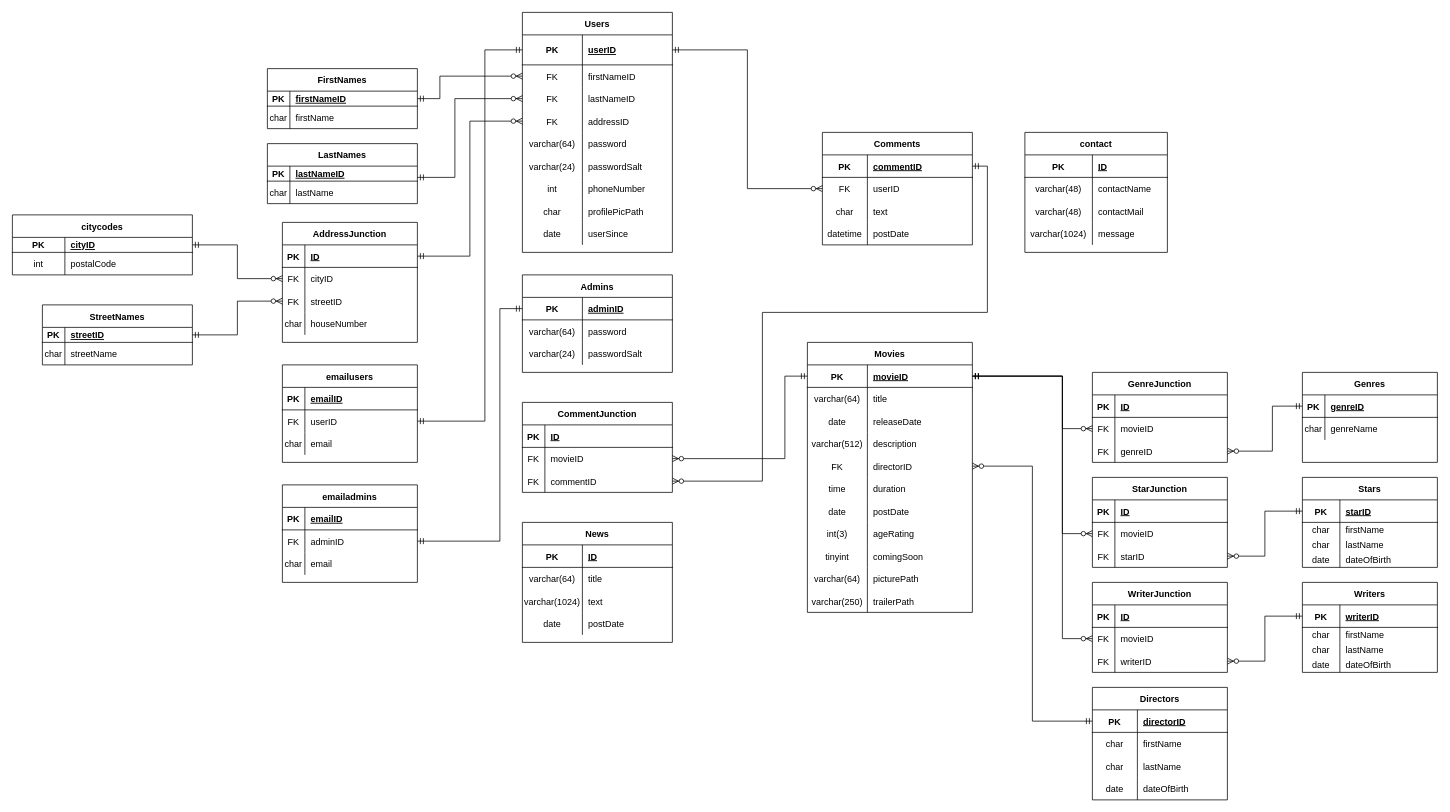
Earlier version of the draw.io diagram FlickClickER.drawio (nikolailarsen01/FlickClick). Source tidied: cells renumbered, new cells numbered last; positions are measured from the earlier drawing's top-left corner, leaving out a move shared by most shapes. Both pictures are drawn from the tidied source at 75%, with x=0, y=0 at pixel (12, 12).
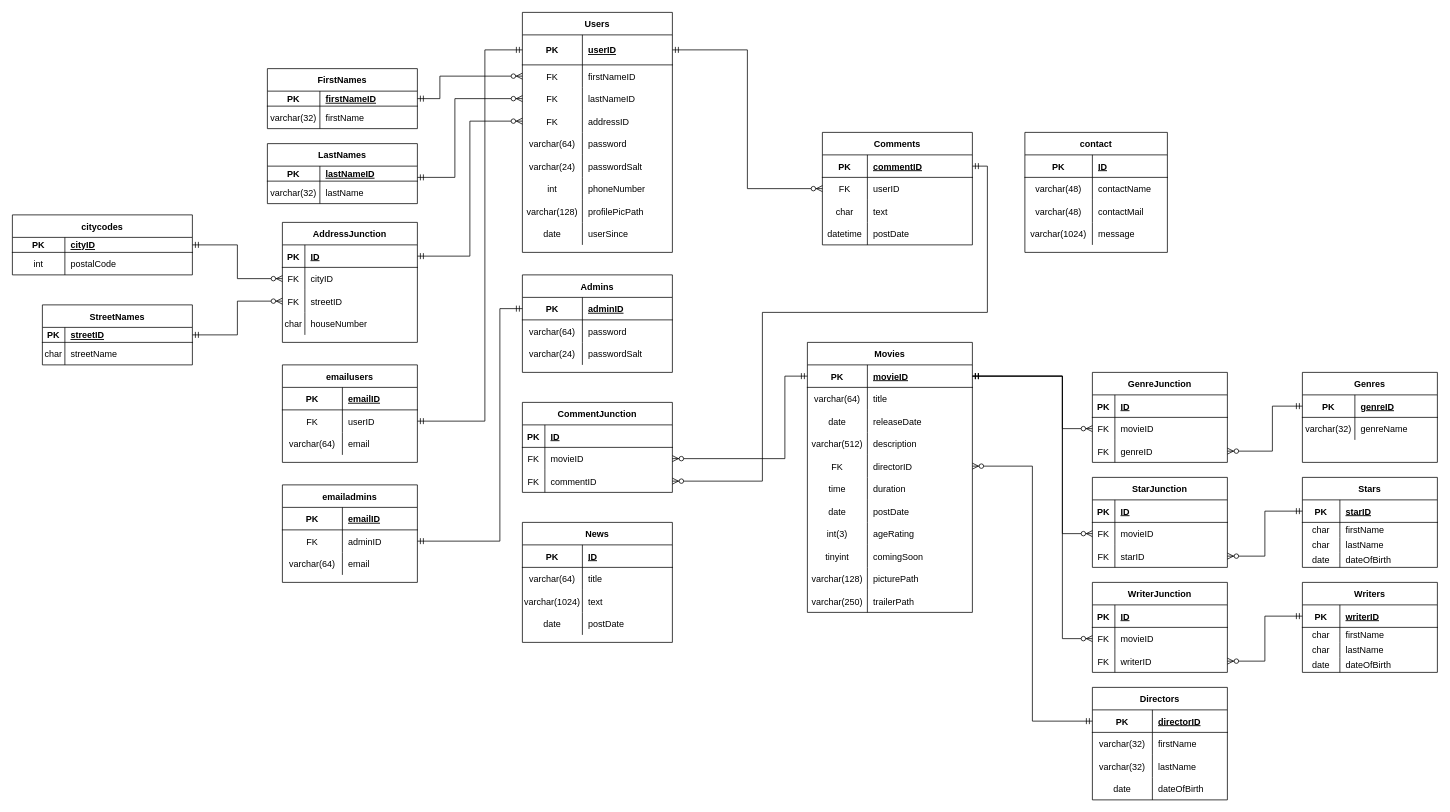
The same diagram, later.

Unchanged cells that the change refers to:
```xml
<mxCell id="24" style="shape=partialRectangle;fillColor=none;top=0;left=0;bottom=0;right=0;" parent="2" vertex="1">
  <mxGeometry y="250" width="200" height="30" as="geometry" />
</mxCell>
<mxCell id="58" style="shape=partialRectangle;fillColor=none;top=0;left=0;bottom=0;right=0;" parent="30" vertex="1">
  <mxGeometry y="300" width="220" height="30" as="geometry" />
</mxCell>
<mxCell id="93" style="shape=partialRectangle;fillColor=none;top=0;left=0;bottom=1;right=0;points=[[0,0.5],[1,0.5]];portConstraint=eastwest;" parent="92" vertex="1">
  <mxGeometry y="30" width="180" height="30" as="geometry" />
</mxCell>
<mxCell id="96" style="shape=partialRectangle;fillColor=none;top=0;left=0;bottom=0;right=0;" parent="92" vertex="1">
  <mxGeometry y="60" width="180" height="30" as="geometry" />
</mxCell>
<mxCell id="99" style="shape=partialRectangle;fillColor=none;top=0;left=0;bottom=0;right=0;" parent="92" vertex="1">
  <mxGeometry y="90" width="180" height="30" as="geometry" />
</mxCell>
<mxCell id="102" style="shape=partialRectangle;fillColor=none;top=0;left=0;bottom=0;right=0;" parent="92" vertex="1">
  <mxGeometry y="120" width="180" height="30" as="geometry" />
</mxCell>
<mxCell id="120" style="shape=partialRectangle;fillColor=none;top=0;left=0;bottom=1;right=0;points=[[0,0.5],[1,0.5]];portConstraint=eastwest;" parent="119" vertex="1">
  <mxGeometry y="30" width="180" height="30" as="geometry" />
</mxCell>
<mxCell id="123" style="shape=partialRectangle;fillColor=none;top=0;left=0;bottom=0;right=0;" parent="119" vertex="1">
  <mxGeometry y="60" width="180" height="30" as="geometry" />
</mxCell>
<mxCell id="230" style="shape=partialRectangle;fillColor=none;top=0;left=0;bottom=1;right=0;points=[[0,0.5],[1,0.5]];portConstraint=eastwest;" parent="229" vertex="1">
  <mxGeometry y="30" width="200" height="20" as="geometry" />
</mxCell>
<mxCell id="233" style="shape=partialRectangle;fillColor=none;top=0;left=0;bottom=0;right=0;" parent="229" vertex="1">
  <mxGeometry y="50" width="200" height="30" as="geometry" />
</mxCell>
<mxCell id="237" style="shape=partialRectangle;fillColor=none;top=0;left=0;bottom=1;right=0;points=[[0,0.5],[1,0.5]];portConstraint=eastwest;" parent="236" vertex="1">
  <mxGeometry y="30" width="200" height="20" as="geometry" />
</mxCell>
<mxCell id="240" style="shape=partialRectangle;fillColor=none;top=0;left=0;bottom=0;right=0;" parent="236" vertex="1">
  <mxGeometry y="50" width="200" height="30" as="geometry" />
</mxCell>
<mxCell id="247" style="shape=partialRectangle;fillColor=none;top=0;left=0;bottom=1;right=0;" parent="246" vertex="1">
  <mxGeometry y="30" width="180" height="30" as="geometry" />
</mxCell>
<mxCell id="250" style="shape=partialRectangle;fillColor=none;top=0;left=0;bottom=0;right=0;points=[[0,0.5],[1,0.5]];portConstraint=eastwest;" parent="246" vertex="1">
  <mxGeometry y="60" width="180" height="30" as="geometry" />
</mxCell>
<mxCell id="253" style="shape=partialRectangle;fillColor=none;top=0;left=0;bottom=0;right=0;" parent="246" vertex="1">
  <mxGeometry y="90" width="180" height="30" as="geometry" />
</mxCell>
<mxCell id="268" style="shape=partialRectangle;fillColor=none;top=0;left=0;bottom=1;right=0;" parent="267" vertex="1">
  <mxGeometry y="30" width="180" height="30" as="geometry" />
</mxCell>
<mxCell id="271" style="shape=partialRectangle;fillColor=none;top=0;left=0;bottom=0;right=0;points=[[0,0.5],[1,0.5]];portConstraint=eastwest;" parent="267" vertex="1">
  <mxGeometry y="60" width="180" height="30" as="geometry" />
</mxCell>
<mxCell id="274" style="shape=partialRectangle;fillColor=none;top=0;left=0;bottom=0;right=0;" parent="267" vertex="1">
  <mxGeometry y="90" width="180" height="30" as="geometry" />
</mxCell>
```

Change to the diagram source:
```diff
@@
-    <mxCell id="25" value="char" style="shape=partialRectangle;fillColor=none;top=0;left=0;bottom=0;right=0;fontStyle=0;overflow=hidden;" parent="24" vertex="1">
+    <mxCell id="25" value="varchar(128)" style="shape=partialRectangle;fillColor=none;top=0;left=0;bottom=0;right=0;fontStyle=0;overflow=hidden;" parent="24" vertex="1">
       <mxGeometry width="80" height="30" as="geometry" />
     </mxCell>
@@
-    <mxCell id="59" value="varchar(64)" style="shape=partialRectangle;fillColor=none;top=0;left=0;bottom=0;right=0;fontStyle=0;overflow=hidden;" parent="58" vertex="1">
+    <mxCell id="59" value="varchar(128)" style="shape=partialRectangle;fillColor=none;top=0;left=0;bottom=0;right=0;fontStyle=0;overflow=hidden;" parent="58" vertex="1">
       <mxGeometry width="80" height="30" as="geometry" />
     </mxCell>
@@
     <mxCell id="94" value="PK" style="shape=partialRectangle;fillColor=none;top=0;left=0;bottom=0;right=0;fontStyle=1;overflow=hidden;" parent="93" vertex="1">
-      <mxGeometry width="60" height="30" as="geometry" />
+      <mxGeometry width="80" height="30" as="geometry" />
     </mxCell>
     <mxCell id="95" value="directorID" style="shape=partialRectangle;fillColor=none;top=0;left=0;bottom=0;right=0;align=left;spacingLeft=6;fontStyle=5;overflow=hidden;" parent="93" vertex="1">
-      <mxGeometry x="60" width="120" height="30" as="geometry" />
+      <mxGeometry x="80" width="100" height="30" as="geometry" />
     </mxCell>
@@
-    <mxCell id="97" value="char" style="shape=partialRectangle;fillColor=none;top=0;left=0;bottom=0;right=0;overflow=hidden;" parent="96" vertex="1">
-      <mxGeometry width="60" height="30" as="geometry" />
+    <mxCell id="97" value="varchar(32)" style="shape=partialRectangle;fillColor=none;top=0;left=0;bottom=0;right=0;overflow=hidden;" parent="96" vertex="1">
+      <mxGeometry width="80" height="30" as="geometry" />
     </mxCell>
     <mxCell id="98" value="firstName" style="shape=partialRectangle;fillColor=none;top=0;left=0;bottom=0;right=0;align=left;spacingLeft=6;overflow=hidden;" parent="96" vertex="1">
-      <mxGeometry x="60" width="120" height="30" as="geometry" />
+      <mxGeometry x="80" width="100" height="30" as="geometry" />
     </mxCell>
@@
-    <mxCell id="100" value="char" style="shape=partialRectangle;fillColor=none;top=0;left=0;bottom=0;right=0;overflow=hidden;" parent="99" vertex="1">
-      <mxGeometry width="60" height="30" as="geometry" />
+    <mxCell id="100" value="varchar(32)" style="shape=partialRectangle;fillColor=none;top=0;left=0;bottom=0;right=0;overflow=hidden;" parent="99" vertex="1">
+      <mxGeometry width="80" height="30" as="geometry" />
     </mxCell>
     <mxCell id="101" value="lastName" style="shape=partialRectangle;fillColor=none;top=0;left=0;bottom=0;right=0;align=left;spacingLeft=6;overflow=hidden;" parent="99" vertex="1">
-      <mxGeometry x="60" width="120" height="30" as="geometry" />
+      <mxGeometry x="80" width="100" height="30" as="geometry" />
     </mxCell>
@@
     <mxCell id="103" value="date" style="shape=partialRectangle;fillColor=none;top=0;left=0;bottom=0;right=0;overflow=hidden;" parent="102" vertex="1">
-      <mxGeometry width="60" height="30" as="geometry" />
+      <mxGeometry width="80" height="30" as="geometry" />
     </mxCell>
     <mxCell id="104" value="dateOfBirth" style="shape=partialRectangle;fillColor=none;top=0;left=0;bottom=0;right=0;align=left;spacingLeft=6;overflow=hidden;" parent="102" vertex="1">
-      <mxGeometry x="60" width="120" height="30" as="geometry" />
+      <mxGeometry x="80" width="100" height="30" as="geometry" />
     </mxCell>
@@
     <mxCell id="121" value="PK" style="shape=partialRectangle;fillColor=none;top=0;left=0;bottom=0;right=0;fontStyle=1;overflow=hidden;" parent="120" vertex="1">
-      <mxGeometry width="30" height="30" as="geometry" />
+      <mxGeometry width="70" height="30" as="geometry" />
     </mxCell>
     <mxCell id="122" value="genreID" style="shape=partialRectangle;fillColor=none;top=0;left=0;bottom=0;right=0;align=left;spacingLeft=6;fontStyle=5;overflow=hidden;" parent="120" vertex="1">
-      <mxGeometry x="30" width="150" height="30" as="geometry" />
+      <mxGeometry x="70" width="110" height="30" as="geometry" />
     </mxCell>
@@
-    <mxCell id="124" value="char" style="shape=partialRectangle;fillColor=none;top=0;left=0;bottom=0;right=0;overflow=hidden;" parent="123" vertex="1">
-      <mxGeometry width="30" height="30" as="geometry" />
+    <mxCell id="124" value="varchar(32)" style="shape=partialRectangle;fillColor=none;top=0;left=0;bottom=0;right=0;overflow=hidden;" parent="123" vertex="1">
+      <mxGeometry width="70" height="30" as="geometry" />
     </mxCell>
     <mxCell id="125" value="genreName" style="shape=partialRectangle;fillColor=none;top=0;left=0;bottom=0;right=0;align=left;spacingLeft=6;overflow=hidden;" parent="123" vertex="1">
-      <mxGeometry x="30" width="150" height="30" as="geometry" />
+      <mxGeometry x="70" width="110" height="30" as="geometry" />
     </mxCell>
@@
     <mxCell id="231" value="PK" style="shape=partialRectangle;fillColor=none;top=0;left=0;bottom=0;right=0;fontStyle=1;overflow=hidden;" parent="230" vertex="1">
-      <mxGeometry width="30" height="20" as="geometry" />
+      <mxGeometry width="70" height="20" as="geometry" />
     </mxCell>
     <mxCell id="232" value="firstNameID" style="shape=partialRectangle;fillColor=none;top=0;left=0;bottom=0;right=0;align=left;spacingLeft=6;fontStyle=5;overflow=hidden;" parent="230" vertex="1">
-      <mxGeometry x="30" width="170" height="20" as="geometry" />
+      <mxGeometry x="70" width="130" height="20" as="geometry" />
     </mxCell>
@@
-    <mxCell id="234" value="char" style="shape=partialRectangle;fillColor=none;top=0;left=0;bottom=0;right=0;overflow=hidden;" parent="233" vertex="1">
-      <mxGeometry width="30" height="30" as="geometry" />
+    <mxCell id="234" value="varchar(32)" style="shape=partialRectangle;fillColor=none;top=0;left=0;bottom=0;right=0;overflow=hidden;" parent="233" vertex="1">
+      <mxGeometry width="70" height="30" as="geometry" />
     </mxCell>
     <mxCell id="235" value="firstName" style="shape=partialRectangle;fillColor=none;top=0;left=0;bottom=0;right=0;align=left;spacingLeft=6;overflow=hidden;" parent="233" vertex="1">
-      <mxGeometry x="30" width="170" height="30" as="geometry" />
+      <mxGeometry x="70" width="130" height="30" as="geometry" />
     </mxCell>
@@
     <mxCell id="238" value="PK" style="shape=partialRectangle;fillColor=none;top=0;left=0;bottom=0;right=0;fontStyle=1;overflow=hidden;" parent="237" vertex="1">
-      <mxGeometry width="30" height="20" as="geometry" />
+      <mxGeometry width="70" height="20" as="geometry" />
     </mxCell>
     <mxCell id="239" value="lastNameID" style="shape=partialRectangle;fillColor=none;top=0;left=0;bottom=0;right=0;align=left;spacingLeft=6;fontStyle=5;overflow=hidden;" parent="237" vertex="1">
-      <mxGeometry x="30" width="170" height="20" as="geometry" />
+      <mxGeometry x="70" width="130" height="20" as="geometry" />
     </mxCell>
@@
-    <mxCell id="241" value="char" style="shape=partialRectangle;fillColor=none;top=0;left=0;bottom=0;right=0;overflow=hidden;" parent="240" vertex="1">
-      <mxGeometry width="30" height="30" as="geometry" />
+    <mxCell id="241" value="varchar(32)" style="shape=partialRectangle;fillColor=none;top=0;left=0;bottom=0;right=0;overflow=hidden;" parent="240" vertex="1">
+      <mxGeometry width="70" height="30" as="geometry" />
     </mxCell>
     <mxCell id="242" value="lastName" style="shape=partialRectangle;fillColor=none;top=0;left=0;bottom=0;right=0;align=left;spacingLeft=6;overflow=hidden;" parent="240" vertex="1">
-      <mxGeometry x="30" width="170" height="30" as="geometry" />
+      <mxGeometry x="70" width="130" height="30" as="geometry" />
     </mxCell>
@@
     <mxCell id="248" value="PK" style="shape=partialRectangle;fillColor=none;top=0;left=0;bottom=0;right=0;fontStyle=1;overflow=hidden;" parent="247" vertex="1">
-      <mxGeometry width="30" height="30" as="geometry" />
+      <mxGeometry width="80" height="30" as="geometry" />
     </mxCell>
     <mxCell id="249" value="emailID" style="shape=partialRectangle;fillColor=none;top=0;left=0;bottom=0;right=0;align=left;spacingLeft=6;fontStyle=5;overflow=hidden;" parent="247" vertex="1">
-      <mxGeometry x="30" width="150" height="30" as="geometry" />
+      <mxGeometry x="80" width="100" height="30" as="geometry" />
     </mxCell>
@@
     <mxCell id="251" value="FK" style="shape=partialRectangle;fillColor=none;top=0;left=0;bottom=0;right=0;overflow=hidden;" parent="250" vertex="1">
-      <mxGeometry width="30" height="30" as="geometry" />
+      <mxGeometry width="80" height="30" as="geometry" />
     </mxCell>
     <mxCell id="252" value="userID" style="shape=partialRectangle;fillColor=none;top=0;left=0;bottom=0;right=0;align=left;spacingLeft=6;overflow=hidden;" parent="250" vertex="1">
-      <mxGeometry x="30" width="150" height="30" as="geometry" />
+      <mxGeometry x="80" width="100" height="30" as="geometry" />
     </mxCell>
@@
-    <mxCell id="254" value="char" style="shape=partialRectangle;fillColor=none;top=0;left=0;bottom=0;right=0;overflow=hidden;" parent="253" vertex="1">
-      <mxGeometry width="30" height="30" as="geometry" />
+    <mxCell id="254" value="varchar(64)" style="shape=partialRectangle;fillColor=none;top=0;left=0;bottom=0;right=0;overflow=hidden;" parent="253" vertex="1">
+      <mxGeometry width="80" height="30" as="geometry" />
     </mxCell>
     <mxCell id="255" value="email" style="shape=partialRectangle;fillColor=none;top=0;left=0;bottom=0;right=0;align=left;spacingLeft=6;overflow=hidden;" parent="253" vertex="1">
-      <mxGeometry x="30" width="150" height="30" as="geometry" />
+      <mxGeometry x="80" width="100" height="30" as="geometry" />
     </mxCell>
@@
     <mxCell id="269" value="PK" style="shape=partialRectangle;fillColor=none;top=0;left=0;bottom=0;right=0;fontStyle=1;overflow=hidden;" parent="268" vertex="1">
-      <mxGeometry width="30" height="30" as="geometry" />
+      <mxGeometry width="80" height="30" as="geometry" />
     </mxCell>
     <mxCell id="270" value="emailID" style="shape=partialRectangle;fillColor=none;top=0;left=0;bottom=0;right=0;align=left;spacingLeft=6;fontStyle=5;overflow=hidden;" parent="268" vertex="1">
-      <mxGeometry x="30" width="150" height="30" as="geometry" />
+      <mxGeometry x="80" width="100" height="30" as="geometry" />
     </mxCell>
@@
     <mxCell id="272" value="FK" style="shape=partialRectangle;fillColor=none;top=0;left=0;bottom=0;right=0;overflow=hidden;" parent="271" vertex="1">
-      <mxGeometry width="30" height="30" as="geometry" />
+      <mxGeometry width="80" height="30" as="geometry" />
     </mxCell>
     <mxCell id="273" value="adminID" style="shape=partialRectangle;fillColor=none;top=0;left=0;bottom=0;right=0;align=left;spacingLeft=6;overflow=hidden;" parent="271" vertex="1">
-      <mxGeometry x="30" width="150" height="30" as="geometry" />
+      <mxGeometry x="80" width="100" height="30" as="geometry" />
     </mxCell>
@@
-    <mxCell id="275" value="char" style="shape=partialRectangle;fillColor=none;top=0;left=0;bottom=0;right=0;overflow=hidden;" parent="274" vertex="1">
-      <mxGeometry width="30" height="30" as="geometry" />
+    <mxCell id="275" value="varchar(64)" style="shape=partialRectangle;fillColor=none;top=0;left=0;bottom=0;right=0;overflow=hidden;" parent="274" vertex="1">
+      <mxGeometry width="80" height="30" as="geometry" />
     </mxCell>
     <mxCell id="276" value="email" style="shape=partialRectangle;fillColor=none;top=0;left=0;bottom=0;right=0;align=left;spacingLeft=6;overflow=hidden;" parent="274" vertex="1">
-      <mxGeometry x="30" width="150" height="30" as="geometry" />
+      <mxGeometry x="80" width="100" height="30" as="geometry" />
     </mxCell>
```
